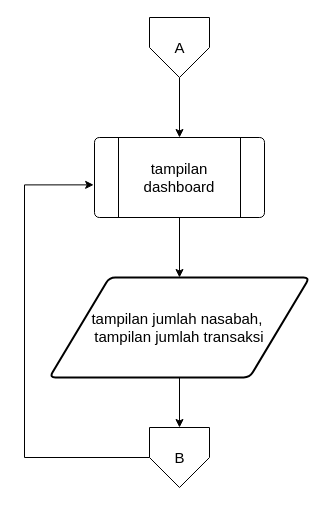
The draw.io diagram page "flowchart dasahboard" (16 of 20) of Untitled Diagram.drawio in dreamergirl01/uml_bankSampah, before the edit. Source tidied: cells renumbered, new cells numbered last; positions are measured from the earlier drawing's top-left corner, leaving out a move shared by most shapes. Both pictures are drawn from the tidied source at 100%, with x=0, y=0 at pixel (24, 17).
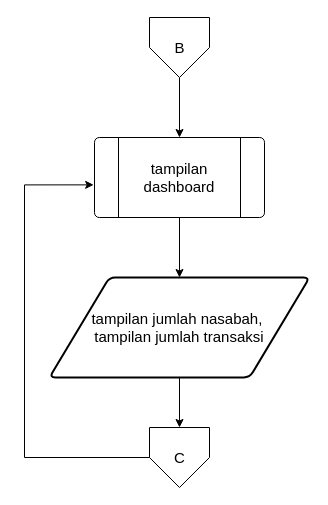
After the change.

The edit, as a diff of the source:
```diff
@@
 <mxGraphModel>
   <root>
     <mxCell id="0" />
     <mxCell id="1" parent="0" />
     <mxCell id="2" style="edgeStyle=orthogonalEdgeStyle;rounded=0;jettySize=auto;html=1;" parent="1" edge="1" source="3" target="5">
       <mxGeometry relative="1" as="geometry" />
     </mxCell>
-    <mxCell id="3" value="A" style="verticalLabelPosition=middle;verticalAlign=middle;html=1;shape=offPageConnector;rounded=0;size=0.5;fontSize=15;labelPosition=center;align=center;" parent="1" vertex="1">
+    <mxCell id="3" value="B" style="verticalLabelPosition=middle;verticalAlign=middle;html=1;shape=offPageConnector;rounded=0;size=0.5;fontSize=15;labelPosition=center;align=center;" parent="1" vertex="1">
       <mxGeometry x="125" width="60" height="60" as="geometry" />
     </mxCell>
     <mxCell id="4" style="edgeStyle=orthogonalEdgeStyle;rounded=0;jettySize=auto;html=1;" parent="1" edge="1" source="5" target="7">
       <mxGeometry relative="1" as="geometry" />
     </mxCell>
     <mxCell id="5" value="tampilan dashboard" style="verticalLabelPosition=middle;verticalAlign=middle;html=1;shape=process;whiteSpace=wrap;rounded=1;size=0.14;arcSize=6;fontSize=15;labelPosition=center;align=center;" parent="1" vertex="1">
       <mxGeometry x="70" y="120" width="170" height="80" as="geometry" />
     </mxCell>
     <mxCell id="6" style="edgeStyle=orthogonalEdgeStyle;rounded=0;jettySize=auto;html=1;" parent="1" edge="1" source="7" target="8">
       <mxGeometry relative="1" as="geometry" />
     </mxCell>
     <mxCell id="7" value="tampilan jumlah nasabah,&amp;nbsp;&lt;div&gt;tampilan jumlah transaksi&lt;/div&gt;" style="shape=parallelogram;html=1;strokeWidth=2;perimeter=parallelogramPerimeter;whiteSpace=wrap;rounded=1;arcSize=12;size=0.23;fontSize=15;" parent="1" vertex="1">
       <mxGeometry x="25" y="260" width="260" height="100" as="geometry" />
     </mxCell>
-    <mxCell id="8" value="B" style="verticalLabelPosition=middle;verticalAlign=middle;html=1;shape=offPageConnector;rounded=0;size=0.5;fontSize=15;labelPosition=center;align=center;" parent="1" vertex="1">
+    <mxCell id="8" value="C" style="verticalLabelPosition=middle;verticalAlign=middle;html=1;shape=offPageConnector;rounded=0;size=0.5;fontSize=15;labelPosition=center;align=center;" parent="1" vertex="1">
       <mxGeometry x="125" y="410" width="60" height="60" as="geometry" />
     </mxCell>
     <mxCell id="9" style="edgeStyle=orthogonalEdgeStyle;rounded=0;jettySize=auto;html=1;exitX=0;exitY=0.5;exitDx=0;exitDy=0;entryX=-0.005;entryY=0.592;entryDx=0;entryDy=0;entryPerimeter=0;" parent="1" edge="1" source="8" target="5">
       <mxGeometry relative="1" as="geometry">
         <Array as="points">
           <mxPoint y="440" />
           <mxPoint y="167" />
         </Array>
       </mxGeometry>
     </mxCell>
   </root>
 </mxGraphModel>
```
